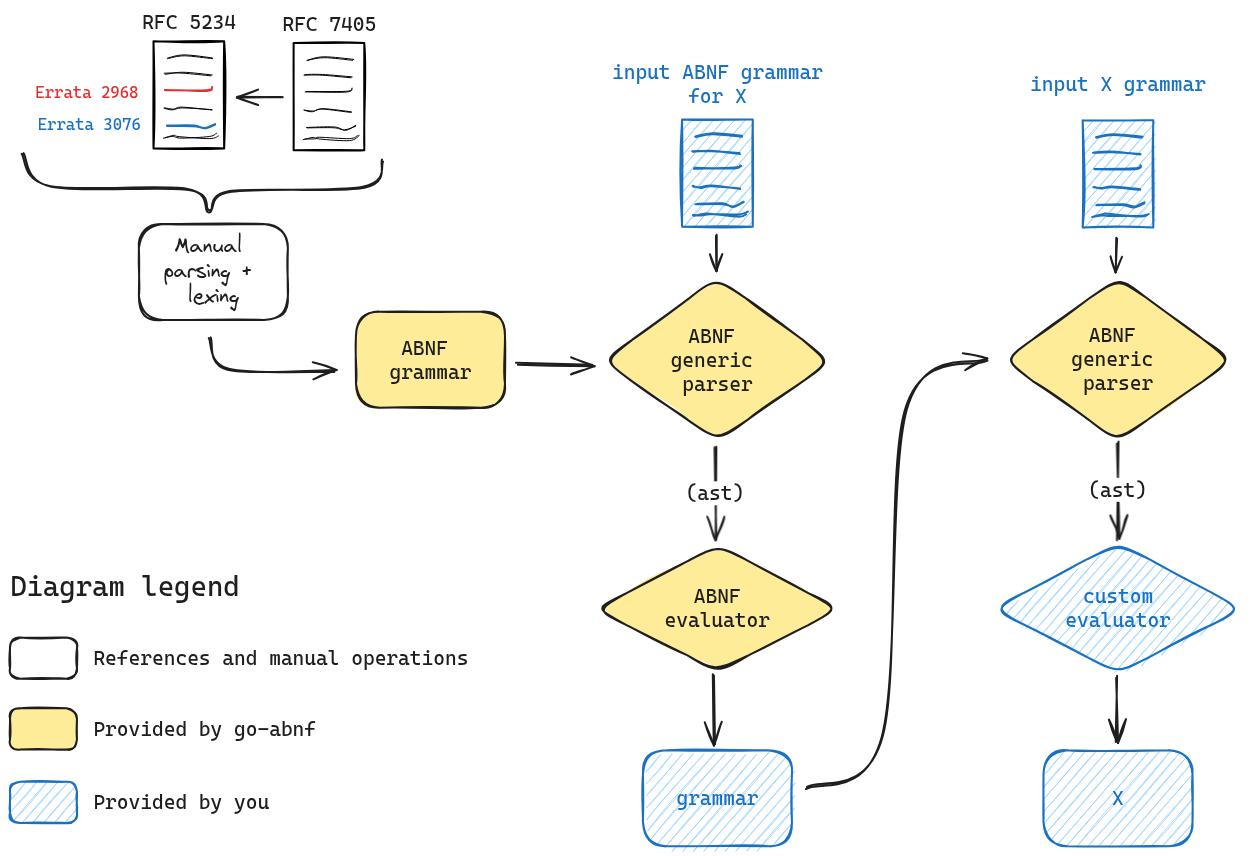
The Excalidraw diagram res/grammar.excalidraw.png in pandatix/go-abnf, before a commit. Source tidied: one line per element, renumbered; positions are measured from the earlier drawing's top-left corner, leaving out a move shared by most shapes.
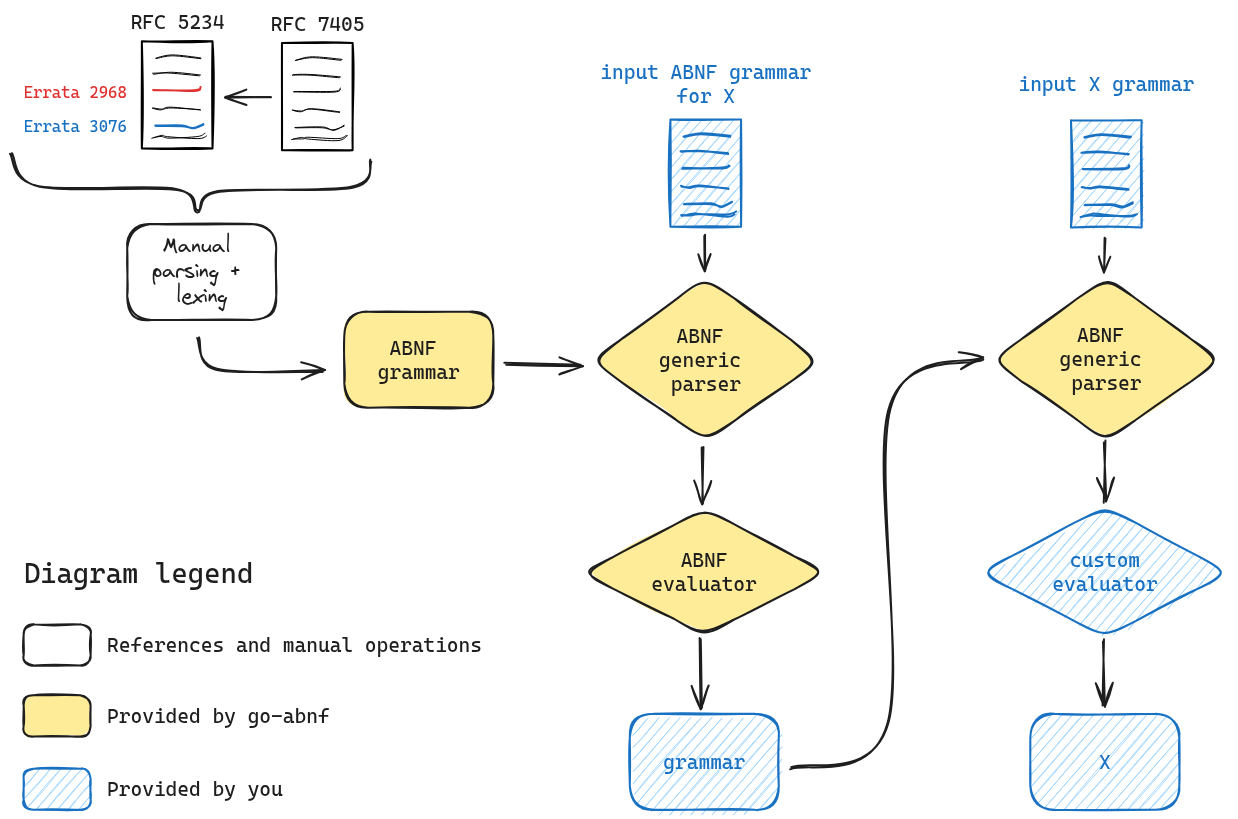
Later version of the same file.

The edit, as a diff of the source:
```diff
@@ -18,7 +18,7 @@
 {"id": 17, "type": "text", "text": "RFC 7405", "strokeColor": "#1e1e1e", "strokeWidth": 2, "roughness": 1, "fontSize": 20, "fontFamily": 3, "x": 272, "y": 2, "width": 94, "height": 24}
 {"id": 18, "type": "arrow", "strokeColor": "#1e1e1e", "strokeWidth": 2, "roughness": 1, "endArrowhead": "arrow", "round": true, "from": 10, "to": 2, "x": 272, "y": 87, "width": 45, "height": 0, "points": [[0, 0], [-45, 0]]}
 {"id": 19, "type": "text", "text": "Errata 2968", "strokeColor": "#e03131", "strokeWidth": 2, "roughness": 1, "fontSize": 16, "fontFamily": 3, "x": 25, "y": 72, "width": 103, "height": 19}
-{"id": 20, "type": "text", "text": "Errata 3076", "strokeColor": "#1971c2", "strokeWidth": 2, "roughness": 1, "fontSize": 16, "fontFamily": 3, "x": 28, "y": 104, "width": 103, "height": 19}
+{"id": 20, "type": "text", "text": "Errata 3076", "strokeColor": "#1971c2", "strokeWidth": 2, "roughness": 1, "fontSize": 16, "fontFamily": 3, "x": 25, "y": 107, "width": 103, "height": 19}
 {"id": 21, "type": "line", "strokeColor": "#1e1e1e", "strokeWidth": 2, "roughness": 1, "round": true, "x": 12, "y": 143, "width": 359, "height": 58, "points": [[0, 0], [28, 34], [165, 36], [186, 58], [209, 37], [341, 35], [359, 7]]}
 {"id": 22, "type": "rectangle", "strokeColor": "#1e1e1e", "backgroundColor": "#ffec99", "fillStyle": "solid", "strokeWidth": 2, "roughness": 1, "round": true, "x": 346, "y": 302, "width": 149, "height": 96}
 {"id": 23, "type": "text", "text": "ABNF \ngrammar", "strokeColor": "#1e1e1e", "strokeWidth": 2, "roughness": 1, "fontSize": 20, "fontFamily": 3, "textAlign": "center", "verticalAlign": "middle", "inside": 22, "x": 379, "y": 326, "width": 82, "height": 48}
@@ -35,16 +35,15 @@
 {"id": 34, "type": "text", "text": "input ABNF grammar\nfor X", "strokeColor": "#1971c2", "backgroundColor": "#a5d8ff", "fillStyle": "hachure", "strokeWidth": 2, "roughness": 1, "fontSize": 20, "fontFamily": 3, "textAlign": "center", "x": 602, "y": 50, "width": 211, "height": 48}
 {"id": 35, "type": "arrow", "strokeColor": "#1e1e1e", "backgroundColor": "#a5d8ff", "fillStyle": "hachure", "strokeWidth": 2, "roughness": 1, "endArrowhead": "arrow", "round": true, "from": 22, "to": 25, "x": 506, "y": 354, "width": 76, "height": 1, "points": [[0, 0], [76, 1]]}
 {"id": 36, "type": "arrow", "strokeColor": "#1e1e1e", "backgroundColor": "#a5d8ff", "fillStyle": "hachure", "strokeWidth": 2, "roughness": 1, "endArrowhead": "arrow", "round": true, "from": 27, "to": 25, "x": 707, "y": 225, "width": 0, "height": 36, "points": [[0, 0], [0, 36]]}
-{"id": 37, "type": "diamond", "strokeColor": "#1e1e1e", "backgroundColor": "#ffec99", "fillStyle": "solid", "strokeWidth": 2, "roughness": 1, "round": true, "x": 586, "y": 535, "width": 243, "height": 126}
+{"id": 37, "type": "diamond", "strokeColor": "#1e1e1e", "backgroundColor": "#ffec99", "fillStyle": "solid", "strokeWidth": 2, "roughness": 1, "round": true, "x": 585, "y": 499, "width": 243, "height": 126}
-{"id": 38, "type": "text", "text": "ABNF\nevaluator", "strokeColor": "#1e1e1e", "backgroundColor": "#a5d8ff", "fillStyle": "hachure", "strokeWidth": 2, "roughness": 1, "fontSize": 20, "fontFamily": 3, "textAlign": "center", "verticalAlign": "middle", "inside": 37, "x": 654, "y": 574, "width": 105, "height": 48}
+{"id": 38, "type": "text", "text": "ABNF\nevaluator", "strokeColor": "#1e1e1e", "backgroundColor": "#a5d8ff", "fillStyle": "hachure", "strokeWidth": 2, "roughness": 1, "fontSize": 20, "fontFamily": 3, "textAlign": "center", "verticalAlign": "middle", "inside": 37, "x": 653, "y": 538, "width": 105, "height": 48}
-{"id": 39, "type": "arrow", "strokeColor": "#1e1e1e", "backgroundColor": "#a5d8ff", "fillStyle": "hachure", "strokeWidth": 2, "roughness": 1, "endArrowhead": "arrow", "round": true, "from": 25, "to": 37, "x": 705, "y": 436, "width": 0, "height": 94, "points": [[0, 0], [0, 94]]}
+{"id": 39, "type": "arrow", "strokeColor": "#1e1e1e", "backgroundColor": "#a5d8ff", "fillStyle": "hachure", "strokeWidth": 2, "roughness": 1, "endArrowhead": "arrow", "round": true, "from": 25, "to": 37, "x": 704, "y": 436, "width": 0, "height": 58, "points": [[0, 0], [0, 58]]}
-{"id": 40, "type": "text", "text": "(ast)", "strokeColor": "#1e1e1e", "backgroundColor": "#a5d8ff", "fillStyle": "hachure", "strokeWidth": 2, "roughness": 1, "fontSize": 20, "fontFamily": 3, "textAlign": "center", "verticalAlign": "middle", "inside": 39, "x": 631, "y": 460, "width": 59, "height": 24}
-{"id": 41, "type": "rectangle", "strokeColor": "#1971c2", "backgroundColor": "#a5d8ff", "fillStyle": "hachure", "strokeWidth": 2, "roughness": 1, "round": true, "x": 633, "y": 740, "width": 149, "height": 96}
+{"id": 41, "type": "rectangle", "strokeColor": "#1971c2", "backgroundColor": "#a5d8ff", "fillStyle": "hachure", "strokeWidth": 2, "roughness": 1, "round": true, "x": 631, "y": 704, "width": 149, "height": 96}
-{"id": 42, "type": "text", "text": "grammar", "strokeColor": "#1971c2", "strokeWidth": 2, "roughness": 1, "fontSize": 20, "fontFamily": 3, "textAlign": "center", "verticalAlign": "middle", "inside": 41, "x": 666, "y": 776, "width": 82, "height": 24}
+{"id": 42, "type": "text", "text": "grammar", "strokeColor": "#1971c2", "strokeWidth": 2, "roughness": 1, "fontSize": 20, "fontFamily": 3, "textAlign": "center", "verticalAlign": "middle", "inside": 41, "x": 665, "y": 740, "width": 82, "height": 24}
-{"id": 43, "type": "arrow", "strokeColor": "#1e1e1e", "backgroundColor": "#a5d8ff", "fillStyle": "hachure", "strokeWidth": 2, "roughness": 1, "endArrowhead": "arrow", "round": true, "from": 37, "to": 41, "x": 703, "y": 666, "width": 2, "height": 68, "points": [[0, 0], [2, 68]]}
+{"id": 43, "type": "arrow", "strokeColor": "#1e1e1e", "backgroundColor": "#a5d8ff", "fillStyle": "hachure", "strokeWidth": 2, "roughness": 1, "endArrowhead": "arrow", "round": true, "x": 702, "y": 630, "width": 2, "height": 68, "points": [[0, 0], [2, 68]]}
-{"id": 44, "type": "arrow", "strokeColor": "#1e1e1e", "backgroundColor": "#a5d8ff", "fillStyle": "hachure", "strokeWidth": 2, "roughness": 1, "endArrowhead": "arrow", "round": true, "from": 41, "to": 47, "x": 796, "y": 778, "width": 182, "height": 428, "points": [[0, 0], [77, -52], [99, -377], [182, -428]]}
+{"id": 44, "type": "arrow", "strokeColor": "#1e1e1e", "backgroundColor": "#a5d8ff", "fillStyle": "hachure", "strokeWidth": 2, "roughness": 1, "endArrowhead": "arrow", "round": true, "from": 41, "to": 47, "x": 792, "y": 758, "width": 194, "height": 409, "points": [[0, 0], [99, -45], [99, -358], [194, -409]]}
-{"id": 45, "type": "diamond", "strokeColor": "#1971c2", "backgroundColor": "#a5d8ff", "fillStyle": "hachure", "strokeWidth": 2, "roughness": 1, "round": true, "x": 984, "y": 533, "width": 248, "height": 131}
+{"id": 45, "type": "diamond", "strokeColor": "#1971c2", "backgroundColor": "#a5d8ff", "fillStyle": "hachure", "strokeWidth": 2, "roughness": 1, "round": true, "x": 983, "y": 496, "width": 248, "height": 131}
-{"id": 46, "type": "text", "text": "custom\nevaluator", "strokeColor": "#1971c2", "backgroundColor": "#a5d8ff", "fillStyle": "hachure", "strokeWidth": 2, "roughness": 1, "fontSize": 20, "fontFamily": 3, "textAlign": "center", "verticalAlign": "middle", "inside": 45, "x": 1055, "y": 574, "width": 105, "height": 48}
+{"id": 46, "type": "text", "text": "custom\nevaluator", "strokeColor": "#1971c2", "backgroundColor": "#a5d8ff", "fillStyle": "hachure", "strokeWidth": 2, "roughness": 1, "fontSize": 20, "fontFamily": 3, "textAlign": "center", "verticalAlign": "middle", "inside": 45, "x": 1054, "y": 538, "width": 105, "height": 48}
 {"id": 47, "type": "diamond", "strokeColor": "#1e1e1e", "backgroundColor": "#ffec99", "fillStyle": "solid", "strokeWidth": 2, "roughness": 1, "round": true, "x": 994, "y": 267, "width": 228, "height": 164}
 {"id": 48, "type": "text", "text": "ABNF \ngeneric \nparser", "strokeColor": "#1e1e1e", "backgroundColor": "#a5d8ff", "fillStyle": "hachure", "strokeWidth": 2, "roughness": 1, "fontSize": 20, "fontFamily": 3, "textAlign": "center", "verticalAlign": "middle", "inside": 47, "x": 1061, "y": 313, "width": 94, "height": 72}
 {"id": 49, "type": "rectangle", "strokeColor": "#1971c2", "backgroundColor": "#a5d8ff", "fillStyle": "hachure", "strokeWidth": 2, "roughness": 1, "x": 1073, "y": 110, "width": 71, "height": 107}
@@ -55,16 +54,15 @@
 {"id": 54, "type": "line", "strokeColor": "#1971c2", "backgroundColor": "#a5d8ff", "fillStyle": "hachure", "strokeWidth": 2, "roughness": 1, "round": true, "x": 1084, "y": 143, "width": 47, "height": 2, "points": [[0, 0], [18, -1], [47, 2]]}
 {"id": 55, "type": "line", "strokeColor": "#1971c2", "backgroundColor": "#a5d8ff", "fillStyle": "hachure", "strokeWidth": 2, "roughness": 1, "round": true, "x": 1084, "y": 177, "width": 47, "height": 2, "points": [[0, 0], [8, 1], [18, -1], [47, 2]]}
 {"id": 56, "type": "text", "text": "input X grammar", "strokeColor": "#1971c2", "backgroundColor": "#a5d8ff", "fillStyle": "hachure", "strokeWidth": 2, "roughness": 1, "fontSize": 20, "fontFamily": 3, "x": 1020, "y": 62, "width": 176, "height": 24}
-{"id": 57, "type": "arrow", "strokeColor": "#1e1e1e", "backgroundColor": "#a5d8ff", "fillStyle": "hachure", "strokeWidth": 2, "roughness": 1, "endArrowhead": "arrow", "round": true, "from": 47, "to": 45, "x": 1108, "y": 432, "width": 1, "height": 97, "points": [[0, 0], [-1, 97]]}
+{"id": 57, "type": "arrow", "strokeColor": "#1e1e1e", "backgroundColor": "#a5d8ff", "fillStyle": "hachure", "strokeWidth": 2, "roughness": 1, "endArrowhead": "arrow", "round": true, "from": 47, "to": 45, "x": 1107, "y": 432, "width": 1, "height": 60, "points": [[0, 0], [-1, 60]]}
-{"id": 58, "type": "text", "text": "(ast)", "strokeColor": "#1e1e1e", "backgroundColor": "#a5d8ff", "fillStyle": "hachure", "strokeWidth": 2, "roughness": 1, "fontSize": 20, "fontFamily": 3, "textAlign": "center", "verticalAlign": "middle", "inside": 57, "x": 728, "y": 456, "width": 59, "height": 24}
 {"id": 59, "type": "arrow", "strokeColor": "#1e1e1e", "backgroundColor": "#a5d8ff", "fillStyle": "hachure", "strokeWidth": 2, "roughness": 1, "endArrowhead": "arrow", "round": true, "from": 49, "to": 47, "x": 1107, "y": 228, "width": 1, "height": 33, "points": [[0, 0], [-1, 33]]}
-{"id": 60, "type": "rectangle", "strokeColor": "#1971c2", "backgroundColor": "#a5d8ff", "fillStyle": "hachure", "strokeWidth": 2, "roughness": 1, "round": true, "x": 1033, "y": 740, "width": 149, "height": 96}
+{"id": 60, "type": "rectangle", "strokeColor": "#1971c2", "backgroundColor": "#a5d8ff", "fillStyle": "hachure", "strokeWidth": 2, "roughness": 1, "round": true, "x": 1032, "y": 704, "width": 149, "height": 96}
-{"id": 61, "type": "text", "text": "X", "strokeColor": "#1971c2", "strokeWidth": 2, "roughness": 1, "fontSize": 20, "fontFamily": 3, "textAlign": "center", "verticalAlign": "middle", "inside": 60, "x": 1102, "y": 776, "width": 12, "height": 24}
+{"id": 61, "type": "text", "text": "X", "strokeColor": "#1971c2", "strokeWidth": 2, "roughness": 1, "fontSize": 20, "fontFamily": 3, "textAlign": "center", "verticalAlign": "middle", "inside": 60, "x": 1101, "y": 740, "width": 12, "height": 24}
-{"id": 62, "type": "arrow", "strokeColor": "#1e1e1e", "backgroundColor": "#a5d8ff", "fillStyle": "hachure", "strokeWidth": 2, "roughness": 1, "endArrowhead": "arrow", "round": true, "from": 45, "to": 60, "x": 1106, "y": 666, "width": 0, "height": 67, "points": [[0, 0], [0, 67]]}
+{"id": 62, "type": "arrow", "strokeColor": "#1e1e1e", "backgroundColor": "#a5d8ff", "fillStyle": "hachure", "strokeWidth": 2, "roughness": 1, "endArrowhead": "arrow", "round": true, "x": 1105, "y": 630, "width": 0, "height": 67, "points": [[0, 0], [0, 67]]}
-{"id": 63, "type": "text", "text": "Diagram legend", "strokeColor": "#1e1e1e", "backgroundColor": "#a5d8ff", "fillStyle": "hachure", "strokeWidth": 2, "roughness": 1, "fontSize": 28, "fontFamily": 3, "textAlign": "center", "x": 0, "y": 560, "width": 230, "height": 34}
+{"id": 63, "type": "text", "text": "Diagram legend", "strokeColor": "#1e1e1e", "backgroundColor": "#a5d8ff", "fillStyle": "hachure", "strokeWidth": 2, "roughness": 1, "fontSize": 28, "fontFamily": 3, "textAlign": "center", "x": 25, "y": 546, "width": 230, "height": 34}
-{"id": 64, "type": "rectangle", "strokeColor": "#1e1e1e", "backgroundColor": "#ffec99", "fillStyle": "solid", "strokeWidth": 2, "roughness": 1, "round": true, "x": 0, "y": 698, "width": 67, "height": 41}
+{"id": 64, "type": "rectangle", "strokeColor": "#1e1e1e", "backgroundColor": "#ffec99", "fillStyle": "solid", "strokeWidth": 2, "roughness": 1, "round": true, "x": 25, "y": 685, "width": 67, "height": 41}
-{"id": 65, "type": "text", "text": "Provided by go-abnf", "strokeColor": "#1e1e1e", "backgroundColor": "#a5d8ff", "fillStyle": "hachure", "strokeWidth": 2, "roughness": 1, "fontSize": 20, "fontFamily": 3, "textAlign": "center", "x": 83, "y": 707, "width": 223, "height": 24}
+{"id": 65, "type": "text", "text": "Provided by go-abnf", "strokeColor": "#1e1e1e", "backgroundColor": "#a5d8ff", "fillStyle": "hachure", "strokeWidth": 2, "roughness": 1, "fontSize": 20, "fontFamily": 3, "textAlign": "center", "x": 109, "y": 694, "width": 223, "height": 24}
-{"id": 66, "type": "rectangle", "strokeColor": "#1971c2", "backgroundColor": "#a5d8ff", "fillStyle": "hachure", "strokeWidth": 2, "roughness": 1, "round": true, "x": 0, "y": 772, "width": 67, "height": 41}
+{"id": 66, "type": "rectangle", "strokeColor": "#1971c2", "backgroundColor": "#a5d8ff", "fillStyle": "hachure", "strokeWidth": 2, "roughness": 1, "round": true, "x": 25, "y": 759, "width": 67, "height": 41}
-{"id": 67, "type": "text", "text": "Provided by you", "strokeColor": "#1e1e1e", "backgroundColor": "#a5d8ff", "fillStyle": "hachure", "strokeWidth": 2, "roughness": 1, "fontSize": 20, "fontFamily": 3, "textAlign": "center", "x": 83, "y": 780, "width": 176, "height": 24}
+{"id": 67, "type": "text", "text": "Provided by you", "strokeColor": "#1e1e1e", "backgroundColor": "#a5d8ff", "fillStyle": "hachure", "strokeWidth": 2, "roughness": 1, "fontSize": 20, "fontFamily": 3, "textAlign": "center", "x": 109, "y": 767, "width": 176, "height": 24}
-{"id": 68, "type": "rectangle", "strokeColor": "#1e1e1e", "strokeWidth": 2, "roughness": 1, "round": true, "x": 0, "y": 628, "width": 67, "height": 41}
+{"id": 68, "type": "rectangle", "strokeColor": "#1e1e1e", "strokeWidth": 2, "roughness": 1, "round": true, "x": 25, "y": 614, "width": 67, "height": 41}
-{"id": 69, "type": "text", "text": "References and manual operations", "strokeColor": "#1e1e1e", "backgroundColor": "#a5d8ff", "fillStyle": "hachure", "strokeWidth": 2, "roughness": 1, "fontSize": 20, "fontFamily": 3, "textAlign": "center", "x": 83, "y": 636, "width": 375, "height": 24}
+{"id": 69, "type": "text", "text": "References and manual operations", "strokeColor": "#1e1e1e", "backgroundColor": "#a5d8ff", "fillStyle": "hachure", "strokeWidth": 2, "roughness": 1, "fontSize": 20, "fontFamily": 3, "textAlign": "center", "x": 109, "y": 623, "width": 375, "height": 24}
```
